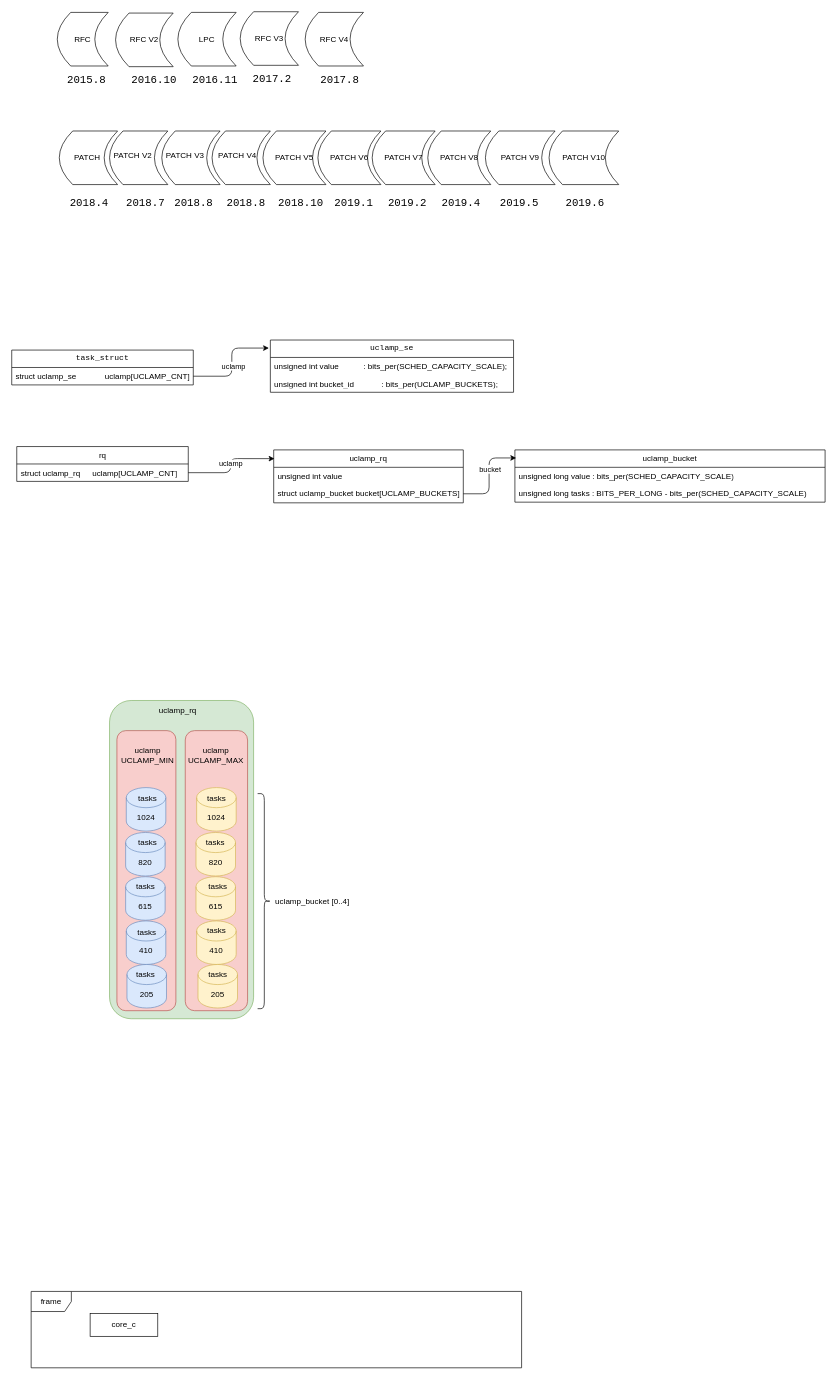
jasonactions/graph keeps this draw.io diagram as uclamp.drawio. Above is the earlier version. Source tidied: cells renumbered, new cells numbered last; positions are measured from the earlier drawing's top-left corner, leaving out a move shared by most shapes. Both pictures are drawn from the tidied source at 67%, with x=0, y=0 at pixel (11, 11).
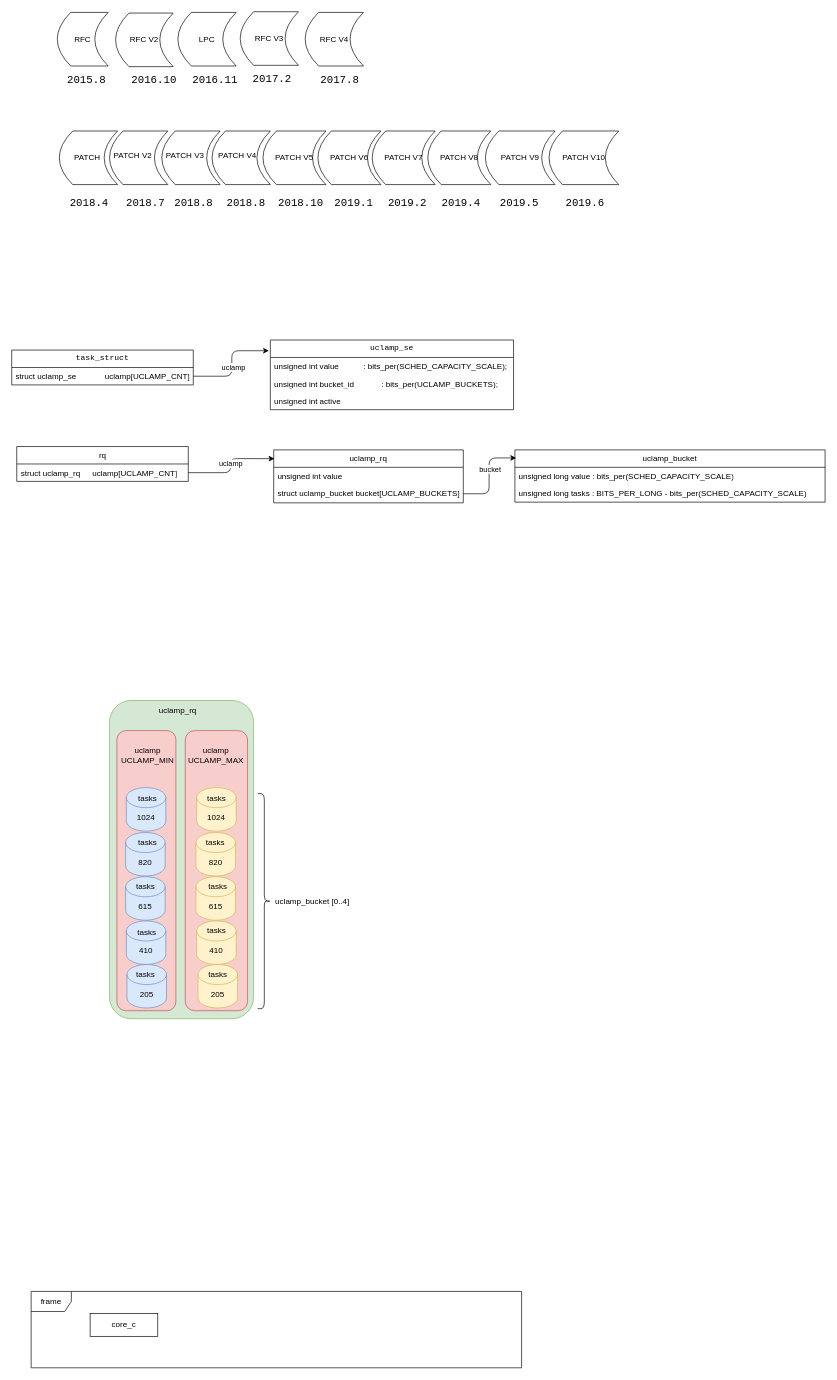
Above is the later version.

Change to the diagram source:
```diff
@@
     <mxCell id="36" value="&lt;pre id=&quot;b&quot;&gt;&lt;span class=&quot;add&quot;&gt;uclamp_se&lt;/span&gt;&lt;/pre&gt;" style="swimlane;fontStyle=0;horizontal=1;startSize=26;fillColor=none;whiteSpace=wrap;html=1;" parent="1" vertex="1">
-      <mxGeometry x="386" y="490" width="363" height="78" as="geometry" />
+      <mxGeometry x="386" y="490" width="363" height="104" as="geometry" />
     </mxCell>
@@
+    <mxCell id="84" value="unsigned int active" style="text;strokeColor=none;fillColor=none;align=left;verticalAlign=top;spacingLeft=4;spacingRight=4;overflow=hidden;whiteSpace=wrap;html=1;" parent="36" vertex="1">
+      <mxGeometry y="78" width="363" height="26" as="geometry" />
+    </mxCell>
```
